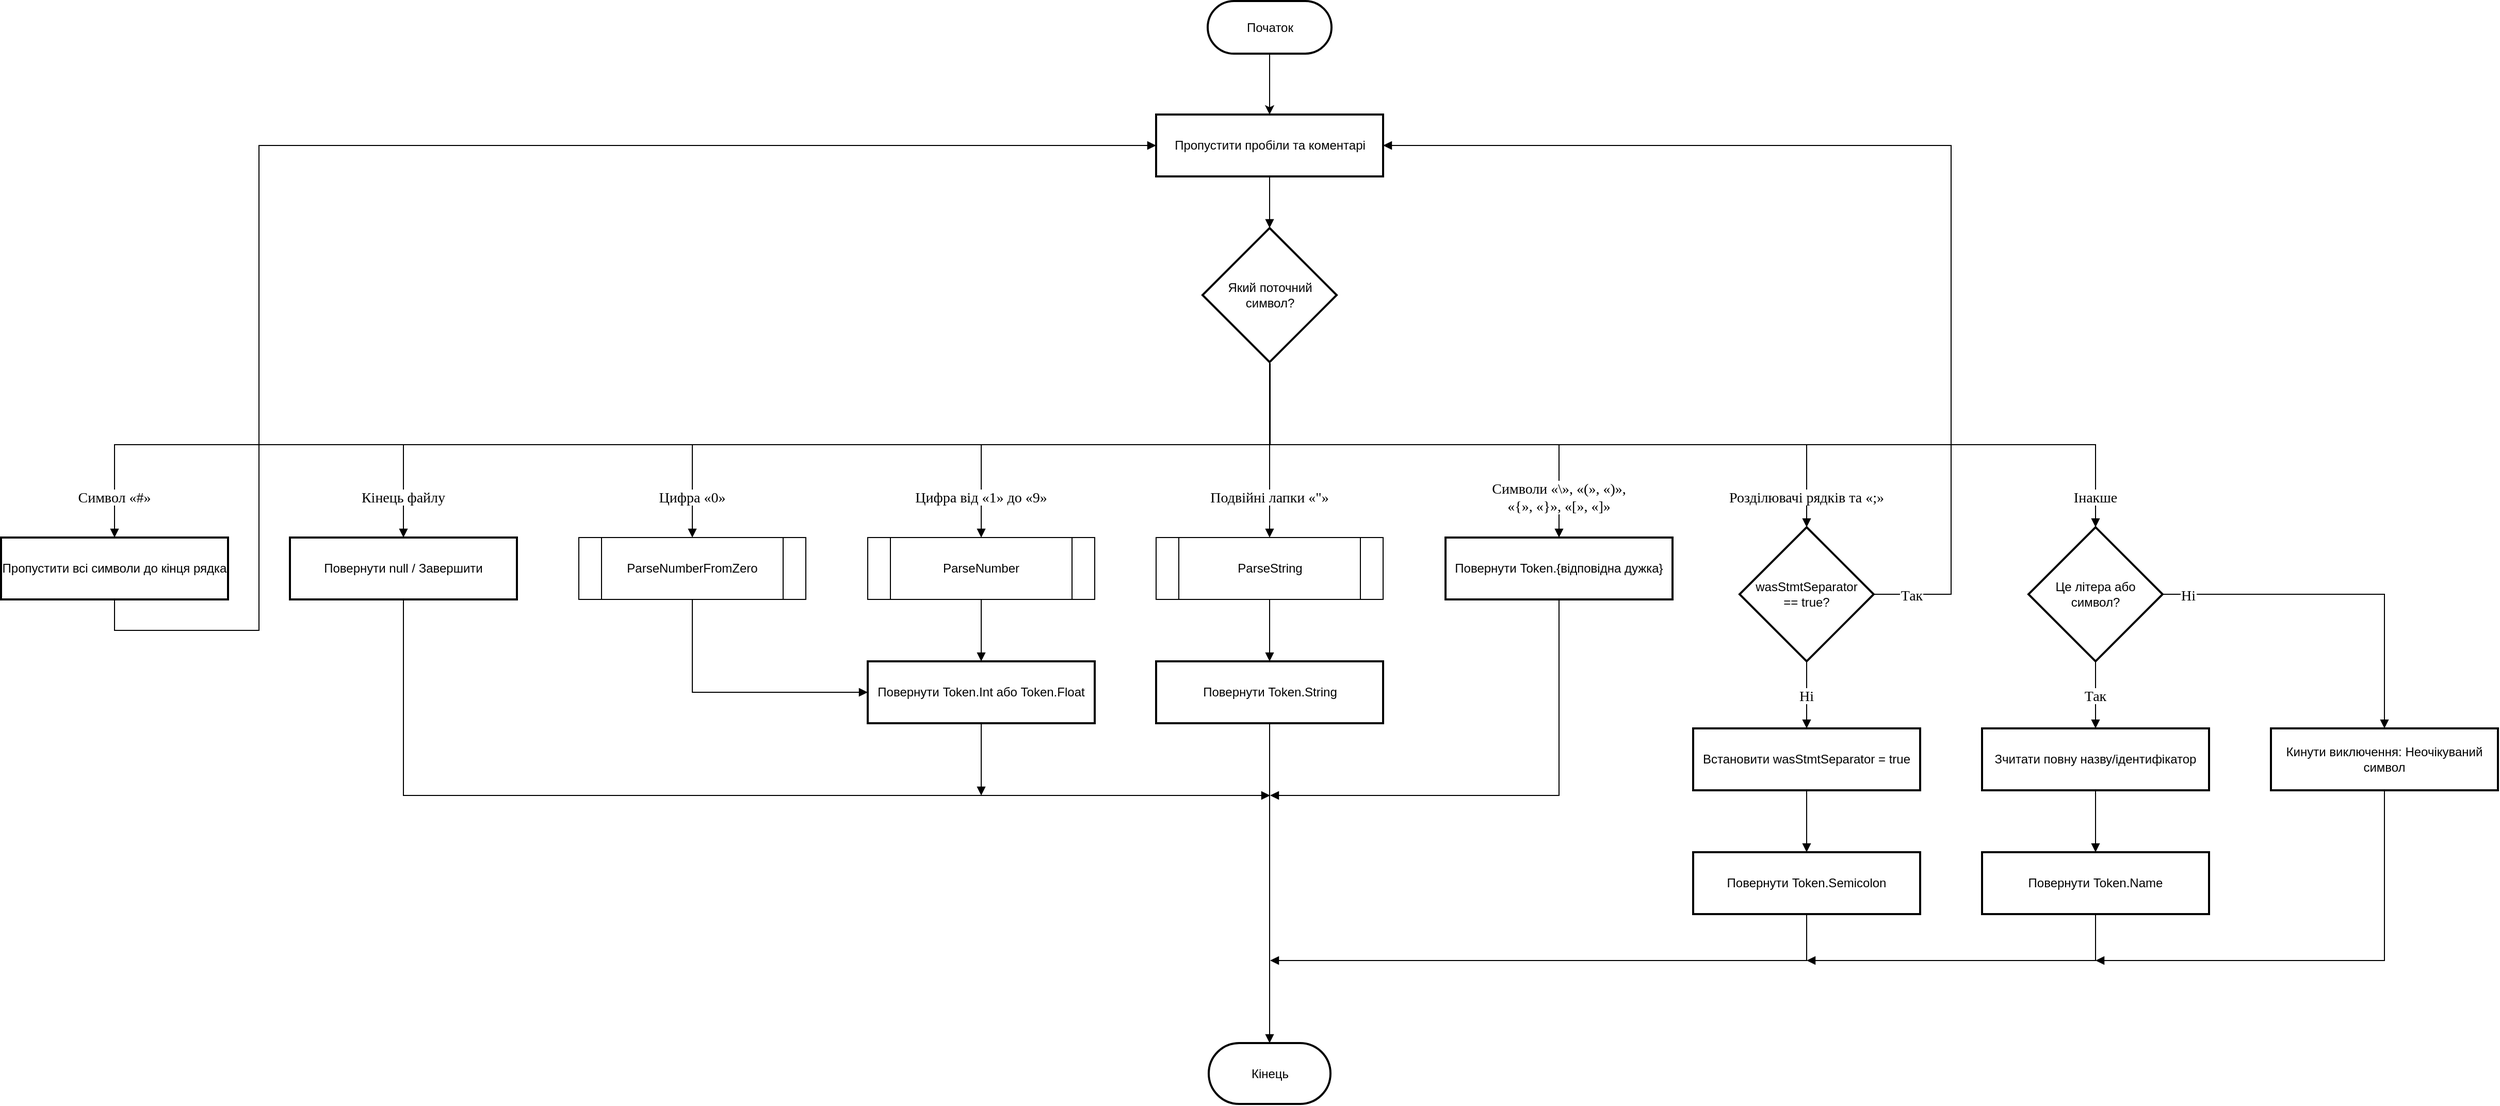
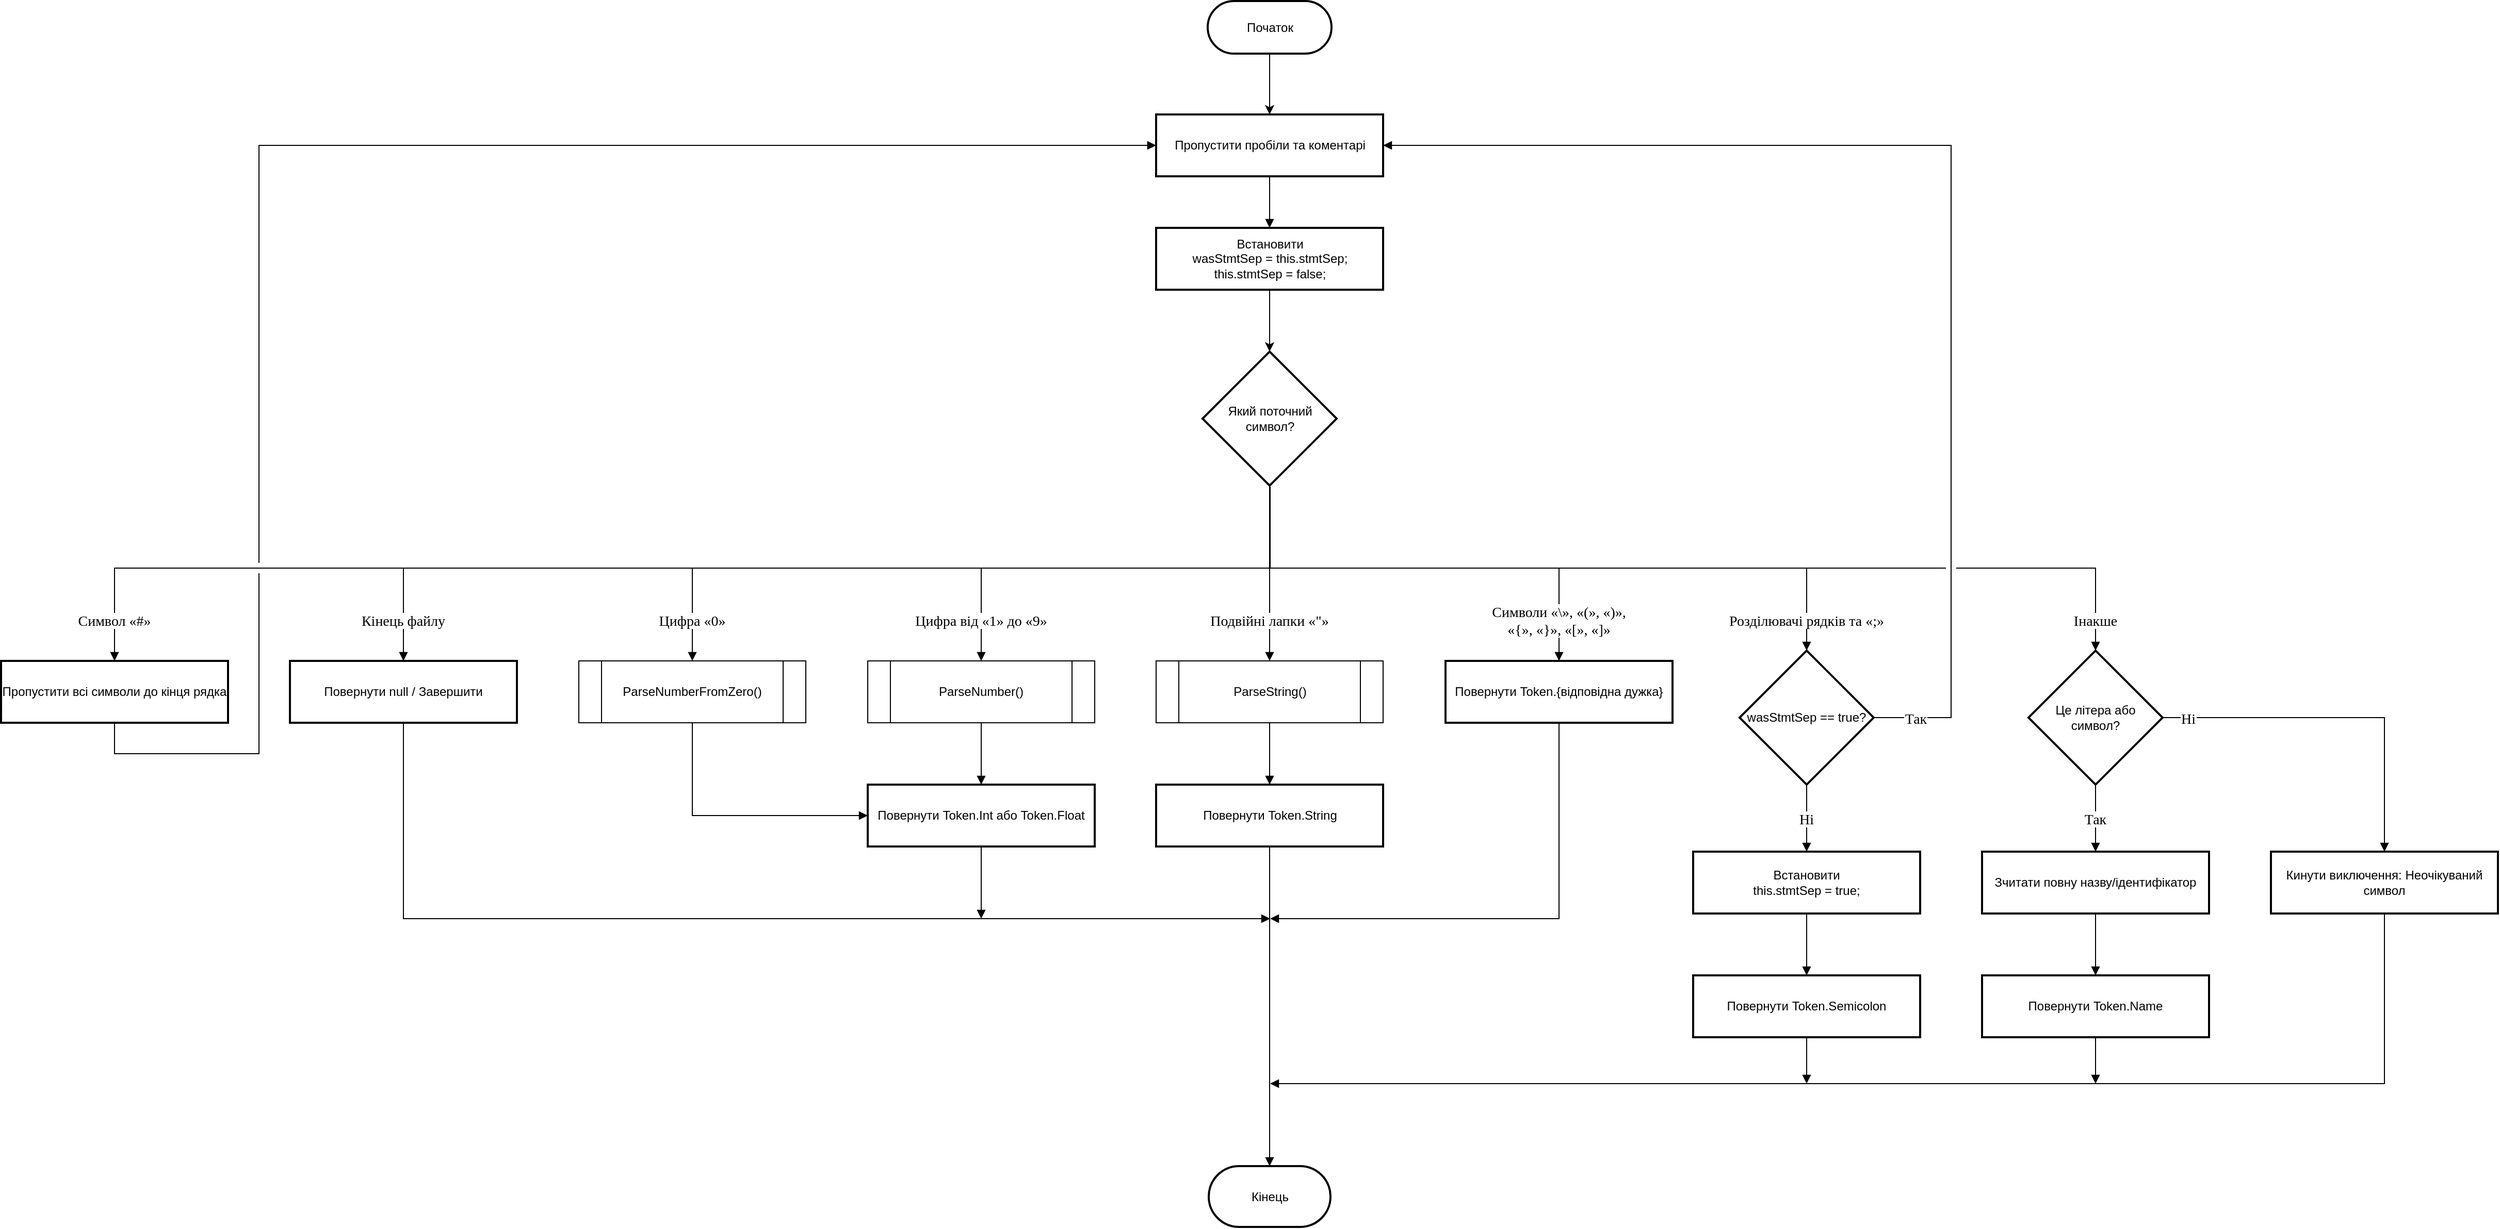
<mxfile host="app.diagrams.net">
  <diagram name="Page-1" id="2XAGPeiCNPhhWObQKaKK">
-     <mxGraphModel dx="2175" dy="1211" grid="1" gridSize="10" guides="1" tooltips="1" connect="1" arrows="1" fold="1" page="1" pageScale="1" pageWidth="850" pageHeight="1100" background="none" math="0" shadow="0">
+     <mxGraphModel dx="1414" dy="787" grid="1" gridSize="10" guides="1" tooltips="1" connect="1" arrows="1" fold="1" page="1" pageScale="1" pageWidth="850" pageHeight="1100" background="none" math="0" shadow="0">
      <root>
        <mxCell id="0" />
        <mxCell id="1" parent="0" />
        <mxCell id="TsDKMbl3K3bjzk1FW5BC-3" edge="1" parent="1" source="xQ5dAqOvZRDBHbxBU5Ms-1" style="edgeStyle=orthogonalEdgeStyle;rounded=0;orthogonalLoop=1;jettySize=auto;entryX=0.5;entryY=0;entryDx=0;entryDy=0;fontSize=14;fontStyle=0;labelBackgroundColor=default;fontFamily=Verdana;horizontal=1;" target="xQ5dAqOvZRDBHbxBU5Ms-2" value="">
          <mxGeometry relative="1" as="geometry" />
        </mxCell>
        <mxCell id="xQ5dAqOvZRDBHbxBU5Ms-1" parent="1" style="rounded=1;whiteSpace=wrap;arcSize=50;strokeWidth=2;labelBackgroundColor=none;" value="Початок" vertex="1">
-           <mxGeometry height="51" width="120" x="1179.5" y="290" as="geometry" />
+           <mxGeometry height="51" width="120" x="1179.5" y="170" as="geometry" />
        </mxCell>
        <mxCell id="xQ5dAqOvZRDBHbxBU5Ms-2" parent="1" style="whiteSpace=wrap;strokeWidth=2;labelBackgroundColor=none;rounded=0;" value="Пропустити пробіли та коментарі" vertex="1">
-           <mxGeometry height="60" width="220" x="1129.5" y="400" as="geometry" />
+           <mxGeometry height="60" width="220" x="1129.5" y="280" as="geometry" />
        </mxCell>
        <mxCell id="xQ5dAqOvZRDBHbxBU5Ms-3" parent="1" style="rhombus;strokeWidth=2;whiteSpace=wrap;labelBackgroundColor=none;rounded=0;" value="Який поточний символ?" vertex="1">
          <mxGeometry height="130" width="130" x="1174.5" y="510" as="geometry" />
        </mxCell>
        <mxCell id="xQ5dAqOvZRDBHbxBU5Ms-4" parent="1" style="rounded=0;whiteSpace=wrap;arcSize=50;strokeWidth=2;labelBackgroundColor=none;" value="Повернути null / Завершити" vertex="1">
          <mxGeometry height="60" width="220" x="290" y="810" as="geometry" />
        </mxCell>
        <mxCell id="xQ5dAqOvZRDBHbxBU5Ms-5" parent="1" style="whiteSpace=wrap;strokeWidth=2;labelBackgroundColor=none;rounded=0;" value="Пропустити всі символи до кінця рядка" vertex="1">
          <mxGeometry height="60" width="220" x="10" y="810" as="geometry" />
        </mxCell>
-         <mxCell id="xQ5dAqOvZRDBHbxBU5Ms-6" parent="1" style="rhombus;strokeWidth=2;whiteSpace=wrap;labelBackgroundColor=none;rounded=0;" value="wasStmtSeparator &#xa; == true?" vertex="1">
+         <mxCell id="xQ5dAqOvZRDBHbxBU5Ms-6" parent="1" style="rhombus;strokeWidth=2;whiteSpace=wrap;labelBackgroundColor=none;rounded=0;" value="wasStmtSep == true?" vertex="1">
          <mxGeometry height="130" width="130" x="1695" y="800" as="geometry" />
        </mxCell>
-         <mxCell id="xQ5dAqOvZRDBHbxBU5Ms-7" parent="1" style="whiteSpace=wrap;strokeWidth=2;labelBackgroundColor=none;rounded=0;" value="Встановити wasStmtSeparator = true" vertex="1">
+         <mxCell id="xQ5dAqOvZRDBHbxBU5Ms-7" parent="1" style="whiteSpace=wrap;strokeWidth=2;labelBackgroundColor=none;rounded=0;" value="Встановити&#xa;this.stmtSep = true;" vertex="1">
          <mxGeometry height="60" width="220" x="1650" y="995" as="geometry" />
        </mxCell>
        <mxCell id="xQ5dAqOvZRDBHbxBU5Ms-8" parent="1" style="rounded=0;whiteSpace=wrap;arcSize=50;strokeWidth=2;labelBackgroundColor=none;" value="Повернути Token.Semicolon" vertex="1">
          <mxGeometry height="60" width="220" x="1650" y="1115" as="geometry" />
        </mxCell>
        <mxCell id="xQ5dAqOvZRDBHbxBU5Ms-13" parent="1" style="rounded=0;whiteSpace=wrap;arcSize=50;strokeWidth=2;labelBackgroundColor=none;" value="Повернути Token.Int або Token.Float" vertex="1">
          <mxGeometry height="60" width="220" x="850" y="930" as="geometry" />
        </mxCell>
        <mxCell id="xQ5dAqOvZRDBHbxBU5Ms-17" parent="1" style="rounded=0;whiteSpace=wrap;arcSize=50;strokeWidth=2;labelBackgroundColor=none;" value="Повернути Token.String" vertex="1">
          <mxGeometry height="60" width="220" x="1129.5" y="930" as="geometry" />
        </mxCell>
        <mxCell id="xQ5dAqOvZRDBHbxBU5Ms-18" parent="1" style="rounded=0;whiteSpace=wrap;arcSize=50;strokeWidth=2;labelBackgroundColor=none;" value="Повернути Token.{відповідна дужка}" vertex="1">
          <mxGeometry height="60" width="220" x="1410" y="810" as="geometry" />
        </mxCell>
        <mxCell id="xQ5dAqOvZRDBHbxBU5Ms-19" parent="1" style="rhombus;strokeWidth=2;whiteSpace=wrap;labelBackgroundColor=none;rounded=0;" value="Це літера або &#xa; символ?" vertex="1">
          <mxGeometry height="130" width="130" x="1975" y="800" as="geometry" />
        </mxCell>
        <mxCell id="xQ5dAqOvZRDBHbxBU5Ms-20" parent="1" style="whiteSpace=wrap;strokeWidth=2;labelBackgroundColor=none;rounded=0;" value="Зчитати повну назву/ідентифікатор" vertex="1">
          <mxGeometry height="60" width="220" x="1930" y="995" as="geometry" />
        </mxCell>
        <mxCell id="xQ5dAqOvZRDBHbxBU5Ms-21" parent="1" style="rounded=0;whiteSpace=wrap;arcSize=50;strokeWidth=2;labelBackgroundColor=none;" value="Повернути Token.Name" vertex="1">
          <mxGeometry height="60" width="220" x="1930" y="1115" as="geometry" />
        </mxCell>
        <mxCell id="xQ5dAqOvZRDBHbxBU5Ms-22" parent="1" style="rounded=0;whiteSpace=wrap;arcSize=50;strokeWidth=2;labelBackgroundColor=none;" value="Кинути виключення: Неочікуваний символ" vertex="1">
          <mxGeometry height="60" width="220" x="2210" y="995" as="geometry" />
        </mxCell>
        <mxCell id="xQ5dAqOvZRDBHbxBU5Ms-23" parent="1" style="rounded=1;whiteSpace=wrap;arcSize=50;strokeWidth=2;labelBackgroundColor=none;" value="Кінець" vertex="1">
          <mxGeometry height="59" width="118" x="1180.5" y="1300" as="geometry" />
        </mxCell>
-         <mxCell id="xQ5dAqOvZRDBHbxBU5Ms-25" edge="1" parent="1" source="xQ5dAqOvZRDBHbxBU5Ms-2" style="curved=1;startArrow=none;endArrow=block;exitX=0.5;exitY=1;entryX=0.5;entryY=0;rounded=0;labelBackgroundColor=default;fontColor=default;fontSize=14;fontStyle=0;fontFamily=Verdana;horizontal=1;" target="xQ5dAqOvZRDBHbxBU5Ms-3" value="">
+         <mxCell id="xQ5dAqOvZRDBHbxBU5Ms-25" edge="1" parent="1" source="xQ5dAqOvZRDBHbxBU5Ms-2" style="curved=1;startArrow=none;endArrow=block;exitX=0.5;exitY=1;entryX=0.5;entryY=0;rounded=0;labelBackgroundColor=default;fontColor=default;fontSize=14;fontStyle=0;fontFamily=Verdana;horizontal=1;entryDx=0;entryDy=0;" target="nDobbOeMUTdSE-SKns2V-1" value="">
          <mxGeometry relative="1" as="geometry">
            <Array as="points" />
          </mxGeometry>
        </mxCell>
        <mxCell id="xQ5dAqOvZRDBHbxBU5Ms-26" edge="1" parent="1" source="xQ5dAqOvZRDBHbxBU5Ms-3" style="startArrow=none;endArrow=block;exitX=0.5;exitY=1;entryX=0.5;entryY=0;rounded=0;labelBackgroundColor=default;fontColor=default;edgeStyle=orthogonalEdgeStyle;exitDx=0;exitDy=0;fontSize=14;fontStyle=0;fontFamily=Verdana;horizontal=1;" target="xQ5dAqOvZRDBHbxBU5Ms-4" value="Кінець файлу">
          <mxGeometry relative="1" x="0.921" as="geometry">
            <mxPoint as="offset" />
            <Array as="points">
              <mxPoint x="1241" y="720" />
              <mxPoint x="320" y="720" />
            </Array>
          </mxGeometry>
        </mxCell>
-         <mxCell id="xQ5dAqOvZRDBHbxBU5Ms-27" edge="1" parent="1" source="xQ5dAqOvZRDBHbxBU5Ms-3" style="startArrow=none;endArrow=block;exitX=0.5;exitY=1;entryX=0.5;entryY=0;rounded=0;labelBackgroundColor=default;fontColor=default;edgeStyle=orthogonalEdgeStyle;exitDx=0;exitDy=0;entryDx=0;entryDy=0;fontSize=14;fontStyle=0;fontFamily=Verdana;horizontal=1;" target="xQ5dAqOvZRDBHbxBU5Ms-5" value="Символ «#»">
+         <mxCell id="xQ5dAqOvZRDBHbxBU5Ms-27" edge="1" parent="1" source="xQ5dAqOvZRDBHbxBU5Ms-3" style="startArrow=none;endArrow=block;exitX=0.5;exitY=1;entryX=0.5;entryY=0;rounded=0;labelBackgroundColor=default;fontColor=default;edgeStyle=orthogonalEdgeStyle;exitDx=0;exitDy=0;entryDx=0;entryDy=0;fontSize=14;fontStyle=0;fontFamily=Verdana;horizontal=1;jumpStyle=arc;" target="xQ5dAqOvZRDBHbxBU5Ms-5" value="Символ «#»">
          <mxGeometry relative="1" x="0.9381" as="geometry">
            <mxPoint as="offset" />
            <Array as="points">
              <mxPoint x="1241" y="720" />
              <mxPoint x="40" y="720" />
            </Array>
          </mxGeometry>
        </mxCell>
-         <mxCell id="xQ5dAqOvZRDBHbxBU5Ms-28" edge="1" parent="1" source="xQ5dAqOvZRDBHbxBU5Ms-5" style="startArrow=none;endArrow=block;exitX=0.5;exitY=1;rounded=0;labelBackgroundColor=default;fontColor=default;edgeStyle=orthogonalEdgeStyle;exitDx=0;exitDy=0;fontSize=14;fontStyle=0;fontFamily=Verdana;horizontal=1;entryX=0;entryY=0.5;entryDx=0;entryDy=0;" target="xQ5dAqOvZRDBHbxBU5Ms-2" value="">
+         <mxCell id="xQ5dAqOvZRDBHbxBU5Ms-28" edge="1" parent="1" source="xQ5dAqOvZRDBHbxBU5Ms-5" style="startArrow=none;endArrow=block;exitX=0.5;exitY=1;rounded=0;labelBackgroundColor=default;fontColor=default;edgeStyle=orthogonalEdgeStyle;exitDx=0;exitDy=0;fontSize=14;fontStyle=0;fontFamily=Verdana;horizontal=1;entryX=0;entryY=0.5;entryDx=0;entryDy=0;jumpStyle=gap;jumpSize=10;" target="xQ5dAqOvZRDBHbxBU5Ms-2" value="">
          <mxGeometry relative="1" as="geometry">
            <Array as="points">
              <mxPoint x="120" y="900" />
              <mxPoint x="260" y="900" />
-               <mxPoint x="260" y="430" />
+               <mxPoint x="260" y="310" />
            </Array>
            <mxPoint x="1240" y="210" as="targetPoint" />
          </mxGeometry>
        </mxCell>
        <mxCell id="xQ5dAqOvZRDBHbxBU5Ms-29" edge="1" parent="1" source="xQ5dAqOvZRDBHbxBU5Ms-3" style="startArrow=none;endArrow=block;exitX=0.5;exitY=1;entryX=0.5;entryY=0;rounded=0;labelBackgroundColor=default;fontColor=default;edgeStyle=orthogonalEdgeStyle;entryDx=0;entryDy=0;exitDx=0;exitDy=0;fontSize=14;fontStyle=0;fontFamily=Verdana;horizontal=1;" target="xQ5dAqOvZRDBHbxBU5Ms-6" value="Розділювачі рядків та «;»">
          <mxGeometry relative="1" x="0.9118" as="geometry">
            <mxPoint as="offset" />
            <Array as="points">
              <mxPoint x="1239" y="720" />
              <mxPoint x="1760" y="720" />
            </Array>
          </mxGeometry>
        </mxCell>
-         <mxCell id="xQ5dAqOvZRDBHbxBU5Ms-30" edge="1" parent="1" source="xQ5dAqOvZRDBHbxBU5Ms-6" style="startArrow=none;endArrow=block;exitX=1;exitY=0.5;rounded=0;labelBackgroundColor=default;fontColor=default;edgeStyle=orthogonalEdgeStyle;exitDx=0;exitDy=0;fontSize=14;fontStyle=0;fontFamily=Verdana;horizontal=1;entryX=1;entryY=0.5;entryDx=0;entryDy=0;" target="xQ5dAqOvZRDBHbxBU5Ms-2" value="Так">
+         <mxCell id="xQ5dAqOvZRDBHbxBU5Ms-30" edge="1" parent="1" source="xQ5dAqOvZRDBHbxBU5Ms-6" style="startArrow=none;endArrow=block;exitX=1;exitY=0.5;rounded=0;labelBackgroundColor=default;fontColor=default;edgeStyle=orthogonalEdgeStyle;exitDx=0;exitDy=0;fontSize=14;fontStyle=0;fontFamily=Verdana;horizontal=1;entryX=1;entryY=0.5;entryDx=0;entryDy=0;jumpStyle=gap;jumpSize=10;" target="xQ5dAqOvZRDBHbxBU5Ms-2" value="Так">
          <mxGeometry relative="1" x="-0.9302" as="geometry">
            <mxPoint as="offset" />
            <Array as="points">
              <mxPoint x="1900" y="865" />
-               <mxPoint x="1900" y="430" />
+               <mxPoint x="1900" y="310" />
            </Array>
            <mxPoint x="1240" y="210" as="targetPoint" />
          </mxGeometry>
        </mxCell>
        <mxCell id="xQ5dAqOvZRDBHbxBU5Ms-31" edge="1" parent="1" source="xQ5dAqOvZRDBHbxBU5Ms-6" style="startArrow=none;endArrow=block;exitX=0.5;exitY=1;entryX=0.5;entryY=0;rounded=0;labelBackgroundColor=default;fontColor=default;fontSize=14;fontStyle=0;fontFamily=Verdana;horizontal=1;edgeStyle=orthogonalEdgeStyle;" target="xQ5dAqOvZRDBHbxBU5Ms-7" value="Ні">
          <mxGeometry relative="1" as="geometry" />
        </mxCell>
        <mxCell id="xQ5dAqOvZRDBHbxBU5Ms-32" edge="1" parent="1" source="xQ5dAqOvZRDBHbxBU5Ms-7" style="startArrow=none;endArrow=block;exitX=0.5;exitY=1;entryX=0.5;entryY=-0.01;rounded=0;labelBackgroundColor=default;fontColor=default;fontSize=14;fontStyle=0;fontFamily=Verdana;horizontal=1;edgeStyle=orthogonalEdgeStyle;" target="xQ5dAqOvZRDBHbxBU5Ms-8" value="">
          <mxGeometry relative="1" as="geometry" />
        </mxCell>
        <mxCell id="xQ5dAqOvZRDBHbxBU5Ms-33" edge="1" parent="1" source="xQ5dAqOvZRDBHbxBU5Ms-3" style="startArrow=none;endArrow=block;exitX=0.5;exitY=1;entryX=0.5;entryY=0;rounded=0;labelBackgroundColor=default;fontColor=default;edgeStyle=orthogonalEdgeStyle;exitDx=0;exitDy=0;fontSize=14;fontStyle=0;fontFamily=Verdana;horizontal=1;entryDx=0;entryDy=0;" target="TsDKMbl3K3bjzk1FW5BC-12" value="Цифра «0»">
          <mxGeometry relative="1" x="0.8908" as="geometry">
            <mxPoint as="offset" />
            <Array as="points">
              <mxPoint x="1240" y="720" />
              <mxPoint x="680" y="720" />
            </Array>
            <mxPoint x="680" y="810" as="targetPoint" />
          </mxGeometry>
        </mxCell>
        <mxCell id="xQ5dAqOvZRDBHbxBU5Ms-34" edge="1" parent="1" source="TsDKMbl3K3bjzk1FW5BC-12" style="startArrow=none;endArrow=block;exitX=0.5;exitY=1;entryX=0;entryY=0.5;rounded=0;labelBackgroundColor=default;fontColor=default;edgeStyle=orthogonalEdgeStyle;fontSize=14;fontStyle=0;fontFamily=Verdana;horizontal=1;entryDx=0;entryDy=0;exitDx=0;exitDy=0;" target="xQ5dAqOvZRDBHbxBU5Ms-13" value="">
          <mxGeometry relative="1" as="geometry">
            <mxPoint x="680" y="870" as="sourcePoint" />
            <mxPoint x="694.5" y="920" as="targetPoint" />
          </mxGeometry>
        </mxCell>
-         <mxCell id="xQ5dAqOvZRDBHbxBU5Ms-35" edge="1" parent="1" style="startArrow=none;endArrow=block;exitX=0;exitY=0.5;entryX=0.5;entryY=0;rounded=0;labelBackgroundColor=default;fontColor=default;edgeStyle=orthogonalEdgeStyle;exitDx=0;exitDy=0;fontSize=14;fontStyle=0;fontFamily=Verdana;horizontal=1;" target="xQ5dAqOvZRDBHbxBU5Ms-11" value="Так">
+         <mxCell id="xQ5dAqOvZRDBHbxBU5Ms-35" edge="1" parent="1" style="startArrow=none;endArrow=block;exitX=0;exitY=0.5;entryX=0.5;entryY=0;rounded=0;labelBackgroundColor=default;fontColor=default;edgeStyle=orthogonalEdgeStyle;exitDx=0;exitDy=0;fontSize=14;fontStyle=0;fontFamily=Verdana;horizontal=1;" value="Так">
          <mxGeometry relative="1" as="geometry">
            <mxPoint x="549.5" y="985" as="sourcePoint" />
          </mxGeometry>
        </mxCell>
-         <mxCell id="xQ5dAqOvZRDBHbxBU5Ms-36" edge="1" parent="1" style="startArrow=none;endArrow=block;exitX=0.5;exitY=1;entryX=0.5;entryY=0;rounded=0;labelBackgroundColor=default;fontColor=default;edgeStyle=orthogonalEdgeStyle;exitDx=0;exitDy=0;fontSize=14;fontStyle=0;fontFamily=Verdana;horizontal=1;" target="xQ5dAqOvZRDBHbxBU5Ms-12" value="Ні">
+         <mxCell id="xQ5dAqOvZRDBHbxBU5Ms-36" edge="1" parent="1" style="startArrow=none;endArrow=block;exitX=0.5;exitY=1;entryX=0.5;entryY=0;rounded=0;labelBackgroundColor=default;fontColor=default;edgeStyle=orthogonalEdgeStyle;exitDx=0;exitDy=0;fontSize=14;fontStyle=0;fontFamily=Verdana;horizontal=1;" value="Ні">
          <mxGeometry relative="1" as="geometry">
            <mxPoint x="614.5" y="1050" as="sourcePoint" />
          </mxGeometry>
        </mxCell>
        <mxCell id="xQ5dAqOvZRDBHbxBU5Ms-38" edge="1" parent="1" style="startArrow=none;endArrow=block;exitX=0.5;exitY=1;rounded=0;labelBackgroundColor=default;fontColor=default;edgeStyle=orthogonalEdgeStyle;exitDx=0;exitDy=0;fontSize=14;fontStyle=0;fontFamily=Verdana;horizontal=1;entryX=0.5;entryY=0;entryDx=0;entryDy=0;" target="TsDKMbl3K3bjzk1FW5BC-11" value="Цифра від «1» до «9»">
          <mxGeometry relative="1" x="0.8218" as="geometry">
            <mxPoint as="offset" />
            <Array as="points">
              <mxPoint x="1240" y="720" />
              <mxPoint x="960" y="720" />
            </Array>
            <mxPoint x="1240" y="641" as="sourcePoint" />
            <mxPoint x="960" y="810" as="targetPoint" />
          </mxGeometry>
        </mxCell>
        <mxCell id="xQ5dAqOvZRDBHbxBU5Ms-39" edge="1" parent="1" source="TsDKMbl3K3bjzk1FW5BC-11" style="startArrow=none;endArrow=block;exitX=0.5;exitY=1;rounded=0;labelBackgroundColor=default;fontColor=default;edgeStyle=orthogonalEdgeStyle;exitDx=0;exitDy=0;fontSize=14;fontStyle=0;fontFamily=Verdana;horizontal=1;entryX=0.5;entryY=0;entryDx=0;entryDy=0;" target="xQ5dAqOvZRDBHbxBU5Ms-13" value="">
          <mxGeometry relative="1" as="geometry">
            <mxPoint x="960" y="870" as="sourcePoint" />
            <mxPoint x="680" y="930" as="targetPoint" />
          </mxGeometry>
        </mxCell>
        <mxCell id="xQ5dAqOvZRDBHbxBU5Ms-41" edge="1" parent="1" source="xQ5dAqOvZRDBHbxBU5Ms-3" style="startArrow=none;endArrow=block;exitX=0.5;exitY=1;entryX=0.5;entryY=0;rounded=0;labelBackgroundColor=default;fontColor=default;edgeStyle=orthogonalEdgeStyle;exitDx=0;exitDy=0;fontSize=14;fontStyle=0;fontFamily=Verdana;horizontal=1;entryDx=0;entryDy=0;" target="TsDKMbl3K3bjzk1FW5BC-9" value="Подвійні лапки «&quot;»">
          <mxGeometry relative="1" x="0.5294" as="geometry">
            <mxPoint as="offset" />
            <mxPoint x="1239.5" y="810" as="targetPoint" />
          </mxGeometry>
        </mxCell>
        <mxCell id="xQ5dAqOvZRDBHbxBU5Ms-42" edge="1" parent="1" source="TsDKMbl3K3bjzk1FW5BC-9" style="startArrow=none;endArrow=block;exitX=0.5;exitY=1;entryX=0.5;entryY=0;rounded=0;labelBackgroundColor=default;fontColor=default;edgeStyle=orthogonalEdgeStyle;fontSize=14;fontStyle=0;fontFamily=Verdana;horizontal=1;exitDx=0;exitDy=0;" target="xQ5dAqOvZRDBHbxBU5Ms-17" value="">
          <mxGeometry relative="1" as="geometry">
            <mxPoint x="1239.5" y="870" as="sourcePoint" />
          </mxGeometry>
        </mxCell>
        <mxCell id="xQ5dAqOvZRDBHbxBU5Ms-43" edge="1" parent="1" source="xQ5dAqOvZRDBHbxBU5Ms-3" style="startArrow=none;endArrow=block;exitX=0.5;exitY=1;entryX=0.5;entryY=0;rounded=0;labelBackgroundColor=default;fontColor=default;edgeStyle=orthogonalEdgeStyle;exitDx=0;exitDy=0;labelBorderColor=none;textShadow=0;fontSize=14;fontStyle=0;fontFamily=Verdana;horizontal=1;" target="xQ5dAqOvZRDBHbxBU5Ms-18" value="Символи «\», «(», «)»,&#xa;«{», «}», «[», «]»">
          <mxGeometry relative="1" x="0.8224" as="geometry">
            <mxPoint as="offset" />
            <Array as="points">
              <mxPoint x="1241" y="720" />
              <mxPoint x="1440" y="720" />
            </Array>
          </mxGeometry>
        </mxCell>
-         <mxCell id="xQ5dAqOvZRDBHbxBU5Ms-44" edge="1" parent="1" source="xQ5dAqOvZRDBHbxBU5Ms-3" style="startArrow=none;endArrow=block;exitX=0.5;exitY=1;entryX=0.5;entryY=0;rounded=0;labelBackgroundColor=default;fontColor=default;edgeStyle=orthogonalEdgeStyle;exitDx=0;exitDy=0;fontSize=14;fontStyle=0;fontFamily=Verdana;horizontal=1;" target="xQ5dAqOvZRDBHbxBU5Ms-19" value="Інакше">
+         <mxCell id="xQ5dAqOvZRDBHbxBU5Ms-44" edge="1" parent="1" source="xQ5dAqOvZRDBHbxBU5Ms-3" style="startArrow=none;endArrow=block;exitX=0.5;exitY=1;entryX=0.5;entryY=0;rounded=0;labelBackgroundColor=default;fontColor=default;edgeStyle=orthogonalEdgeStyle;exitDx=0;exitDy=0;fontSize=14;fontStyle=0;fontFamily=Verdana;horizontal=1;jumpStyle=gap;jumpSize=10;" target="xQ5dAqOvZRDBHbxBU5Ms-19" value="Інакше">
          <mxGeometry relative="1" x="0.9375" as="geometry">
            <mxPoint as="offset" />
            <Array as="points">
              <mxPoint x="1239" y="720" />
              <mxPoint x="2040" y="720" />
            </Array>
          </mxGeometry>
        </mxCell>
        <mxCell id="xQ5dAqOvZRDBHbxBU5Ms-45" edge="1" parent="1" source="xQ5dAqOvZRDBHbxBU5Ms-19" style="startArrow=none;endArrow=block;exitX=0.5;exitY=1;entryX=0.5;entryY=0;rounded=0;labelBackgroundColor=default;fontColor=default;edgeStyle=orthogonalEdgeStyle;exitDx=0;exitDy=0;fontSize=14;fontStyle=0;fontFamily=Verdana;horizontal=1;" target="xQ5dAqOvZRDBHbxBU5Ms-20" value="Так">
          <mxGeometry relative="1" as="geometry" />
        </mxCell>
        <mxCell id="xQ5dAqOvZRDBHbxBU5Ms-46" edge="1" parent="1" source="xQ5dAqOvZRDBHbxBU5Ms-20" style="startArrow=none;endArrow=block;exitX=0.5;exitY=1;entryX=0.5;entryY=0;rounded=0;labelBackgroundColor=default;fontColor=default;fontSize=14;fontStyle=0;fontFamily=Verdana;horizontal=1;edgeStyle=orthogonalEdgeStyle;" target="xQ5dAqOvZRDBHbxBU5Ms-21" value="">
          <mxGeometry relative="1" as="geometry" />
        </mxCell>
        <mxCell id="xQ5dAqOvZRDBHbxBU5Ms-47" edge="1" parent="1" source="xQ5dAqOvZRDBHbxBU5Ms-19" style="startArrow=none;endArrow=block;exitX=1;exitY=0.5;entryX=0.5;entryY=0;rounded=0;labelBackgroundColor=default;fontColor=default;edgeStyle=orthogonalEdgeStyle;fontSize=14;fontStyle=0;fontFamily=Verdana;horizontal=1;exitDx=0;exitDy=0;" target="xQ5dAqOvZRDBHbxBU5Ms-22" value="Ні">
          <mxGeometry relative="1" x="-0.8551" as="geometry">
            <mxPoint as="offset" />
          </mxGeometry>
        </mxCell>
        <mxCell id="xQ5dAqOvZRDBHbxBU5Ms-48" edge="1" parent="1" source="xQ5dAqOvZRDBHbxBU5Ms-4" style="startArrow=none;endArrow=block;exitX=0.5;exitY=1;rounded=0;labelBackgroundColor=default;fontColor=default;edgeStyle=orthogonalEdgeStyle;fontSize=14;fontStyle=0;fontFamily=Verdana;horizontal=1;" value="">
          <mxGeometry relative="1" as="geometry">
            <Array as="points">
              <mxPoint x="400" y="1060" />
            </Array>
            <mxPoint x="1240" y="1060" as="targetPoint" />
          </mxGeometry>
        </mxCell>
        <mxCell id="xQ5dAqOvZRDBHbxBU5Ms-49" edge="1" parent="1" source="xQ5dAqOvZRDBHbxBU5Ms-13" style="startArrow=none;endArrow=block;exitX=0.5;exitY=1;rounded=0;labelBackgroundColor=default;fontColor=default;edgeStyle=orthogonalEdgeStyle;fontSize=14;fontStyle=0;fontFamily=Verdana;horizontal=1;" value="">
          <mxGeometry relative="1" as="geometry">
            <mxPoint x="960" y="1060" as="targetPoint" />
          </mxGeometry>
        </mxCell>
        <mxCell id="xQ5dAqOvZRDBHbxBU5Ms-51" edge="1" parent="1" source="xQ5dAqOvZRDBHbxBU5Ms-21" style="startArrow=none;endArrow=block;exitX=0.5;exitY=1;rounded=0;labelBackgroundColor=default;fontColor=default;edgeStyle=orthogonalEdgeStyle;fontSize=14;fontStyle=0;fontFamily=Verdana;horizontal=1;" value="">
          <mxGeometry relative="1" as="geometry">
-             <Array as="points">
-               <mxPoint x="2040" y="1220" />
-             </Array>
+             <mxPoint x="2040" y="1220" as="targetPoint" />
+           </mxGeometry>
+         </mxCell>
+         <mxCell id="xQ5dAqOvZRDBHbxBU5Ms-52" edge="1" parent="1" source="xQ5dAqOvZRDBHbxBU5Ms-17" style="startArrow=none;endArrow=block;exitX=0.5;exitY=1;entryX=0.5;entryY=0;rounded=0;labelBackgroundColor=default;fontColor=default;entryDx=0;entryDy=0;edgeStyle=orthogonalEdgeStyle;fontSize=14;fontStyle=0;fontFamily=Verdana;horizontal=1;" target="xQ5dAqOvZRDBHbxBU5Ms-23" value="">
+           <mxGeometry relative="1" as="geometry" />
+         </mxCell>
+         <mxCell id="xQ5dAqOvZRDBHbxBU5Ms-53" edge="1" parent="1" source="xQ5dAqOvZRDBHbxBU5Ms-18" style="startArrow=none;endArrow=block;exitX=0.5;exitY=1;rounded=0;labelBackgroundColor=default;fontColor=default;edgeStyle=orthogonalEdgeStyle;fontSize=14;fontStyle=0;fontFamily=Verdana;horizontal=1;" value="">
+           <mxGeometry relative="1" as="geometry">
+             <Array as="points">
+               <mxPoint x="1520" y="1060" />
+             </Array>
+             <mxPoint x="1240" y="1060" as="targetPoint" />
+           </mxGeometry>
+         </mxCell>
+         <mxCell id="xQ5dAqOvZRDBHbxBU5Ms-54" edge="1" parent="1" source="xQ5dAqOvZRDBHbxBU5Ms-8" style="startArrow=none;endArrow=block;exitX=0.5;exitY=0.99;rounded=0;labelBackgroundColor=default;fontColor=default;edgeStyle=orthogonalEdgeStyle;fontSize=14;fontStyle=0;fontFamily=Verdana;horizontal=1;" value="">
+           <mxGeometry relative="1" as="geometry">
            <mxPoint x="1760" y="1220" as="targetPoint" />
          </mxGeometry>
        </mxCell>
-         <mxCell id="xQ5dAqOvZRDBHbxBU5Ms-52" edge="1" parent="1" source="xQ5dAqOvZRDBHbxBU5Ms-17" style="startArrow=none;endArrow=block;exitX=0.5;exitY=1;entryX=0.5;entryY=0;rounded=0;labelBackgroundColor=default;fontColor=default;entryDx=0;entryDy=0;edgeStyle=orthogonalEdgeStyle;fontSize=14;fontStyle=0;fontFamily=Verdana;horizontal=1;" target="xQ5dAqOvZRDBHbxBU5Ms-23" value="">
-           <mxGeometry relative="1" as="geometry" />
-         </mxCell>
-         <mxCell id="xQ5dAqOvZRDBHbxBU5Ms-53" edge="1" parent="1" source="xQ5dAqOvZRDBHbxBU5Ms-18" style="startArrow=none;endArrow=block;exitX=0.5;exitY=1;rounded=0;labelBackgroundColor=default;fontColor=default;edgeStyle=orthogonalEdgeStyle;fontSize=14;fontStyle=0;fontFamily=Verdana;horizontal=1;" value="">
-           <mxGeometry relative="1" as="geometry">
-             <Array as="points">
-               <mxPoint x="1520" y="1060" />
-             </Array>
-             <mxPoint x="1240" y="1060" as="targetPoint" />
-           </mxGeometry>
-         </mxCell>
-         <mxCell id="xQ5dAqOvZRDBHbxBU5Ms-54" edge="1" parent="1" source="xQ5dAqOvZRDBHbxBU5Ms-8" style="startArrow=none;endArrow=block;exitX=0.5;exitY=0.99;rounded=0;labelBackgroundColor=default;fontColor=default;edgeStyle=orthogonalEdgeStyle;fontSize=14;fontStyle=0;fontFamily=Verdana;horizontal=1;" value="">
-           <mxGeometry relative="1" as="geometry">
-             <Array as="points">
-               <mxPoint x="1760" y="1220" />
-               <mxPoint x="1240" y="1220" />
+         <mxCell id="xQ5dAqOvZRDBHbxBU5Ms-55" edge="1" parent="1" source="xQ5dAqOvZRDBHbxBU5Ms-22" style="startArrow=none;endArrow=block;exitX=0.5;exitY=1;rounded=0;labelBackgroundColor=default;fontColor=default;edgeStyle=orthogonalEdgeStyle;fontSize=14;fontStyle=0;fontFamily=Verdana;horizontal=1;" value="">
+           <mxGeometry relative="1" as="geometry">
+             <Array as="points">
+               <mxPoint x="2320" y="1220" />
            </Array>
            <mxPoint x="1240" y="1220" as="targetPoint" />
          </mxGeometry>
        </mxCell>
-         <mxCell id="xQ5dAqOvZRDBHbxBU5Ms-55" edge="1" parent="1" source="xQ5dAqOvZRDBHbxBU5Ms-22" style="startArrow=none;endArrow=block;exitX=0.5;exitY=1;rounded=0;labelBackgroundColor=default;fontColor=default;edgeStyle=orthogonalEdgeStyle;fontSize=14;fontStyle=0;fontFamily=Verdana;horizontal=1;" value="">
-           <mxGeometry relative="1" as="geometry">
-             <Array as="points">
-               <mxPoint x="2320" y="1220" />
-             </Array>
-             <mxPoint x="2040" y="1220" as="targetPoint" />
-           </mxGeometry>
-         </mxCell>
-         <mxCell id="TsDKMbl3K3bjzk1FW5BC-9" parent="1" style="shape=process;whiteSpace=wrap;html=1;backgroundOutline=1;" value="&lt;div&gt;ParseString&lt;/div&gt;" vertex="1">
+         <mxCell id="TsDKMbl3K3bjzk1FW5BC-9" parent="1" style="shape=process;whiteSpace=wrap;html=1;backgroundOutline=1;" value="&lt;div&gt;ParseString()&lt;/div&gt;" vertex="1">
          <mxGeometry height="60" width="220" x="1129.5" y="810" as="geometry" />
        </mxCell>
-         <mxCell id="TsDKMbl3K3bjzk1FW5BC-11" parent="1" style="shape=process;whiteSpace=wrap;html=1;backgroundOutline=1;" value="ParseNumber" vertex="1">
+         <mxCell id="TsDKMbl3K3bjzk1FW5BC-11" parent="1" style="shape=process;whiteSpace=wrap;html=1;backgroundOutline=1;" value="ParseNumber()" vertex="1">
          <mxGeometry height="60" width="220" x="850" y="810" as="geometry" />
        </mxCell>
-         <mxCell id="TsDKMbl3K3bjzk1FW5BC-12" parent="1" style="shape=process;whiteSpace=wrap;html=1;backgroundOutline=1;" value="ParseNumberFromZero" vertex="1">
+         <mxCell id="TsDKMbl3K3bjzk1FW5BC-12" parent="1" style="shape=process;whiteSpace=wrap;html=1;backgroundOutline=1;" value="ParseNumberFromZero()" vertex="1">
          <mxGeometry height="60" width="220" x="570" y="810" as="geometry" />
+         </mxCell>
+         <mxCell id="nDobbOeMUTdSE-SKns2V-2" edge="1" parent="1" source="nDobbOeMUTdSE-SKns2V-1" style="edgeStyle=orthogonalEdgeStyle;rounded=0;orthogonalLoop=1;jettySize=auto;html=1;exitX=0.5;exitY=1;exitDx=0;exitDy=0;entryX=0.5;entryY=0;entryDx=0;entryDy=0;" target="xQ5dAqOvZRDBHbxBU5Ms-3">
+           <mxGeometry relative="1" as="geometry" />
+         </mxCell>
+         <mxCell id="nDobbOeMUTdSE-SKns2V-1" parent="1" style="whiteSpace=wrap;strokeWidth=2;labelBackgroundColor=none;rounded=0;" value="Встановити&#xa;wasStmtSep = this.stmtSep;&#xa;this.stmtSep = false;" vertex="1">
+           <mxGeometry height="60" width="220" x="1129.5" y="390" as="geometry" />
        </mxCell>
      </root>
    </mxGraphModel>
  </diagram>
</mxfile>
